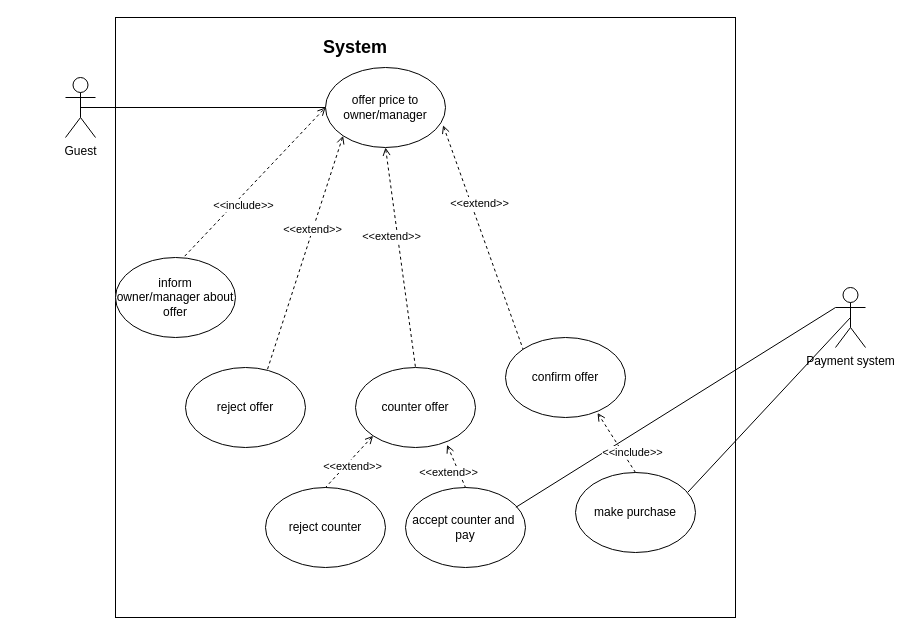
The draw.io diagram page "purchase offer(bargaining)" (3 of 5) of use cases/use case 2.9.drawio in LevyIfta/Team-19B-Project, before the edit. Source tidied: cells renumbered, new cells numbered last; positions are measured from the earlier drawing's top-left corner, leaving out a move shared by most shapes. Both pictures are drawn from the tidied source at 100%, with x=0, y=0 at pixel (65, 17).
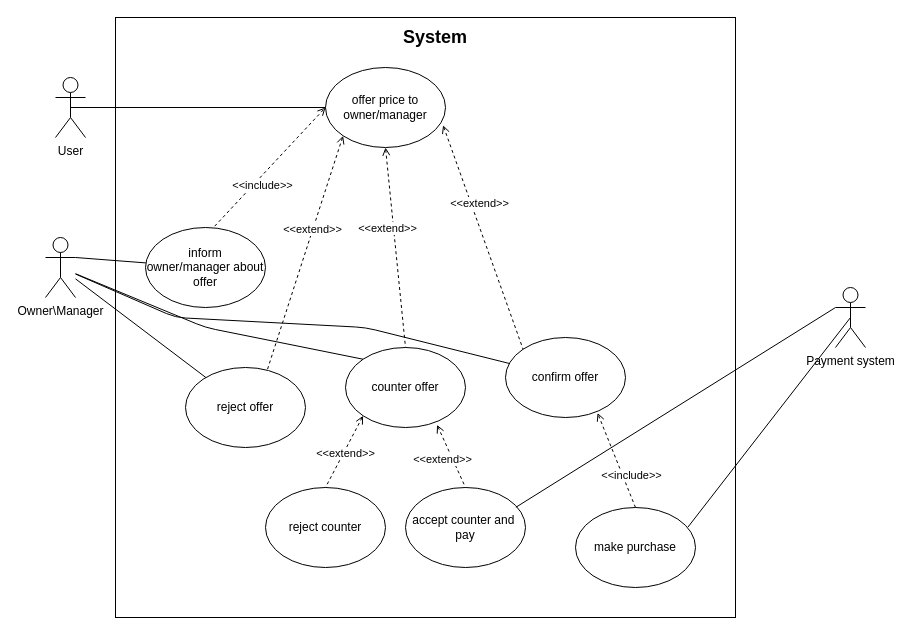
After the change.

The change refers to these unchanged cells:
```xml
<mxCell id="5" value="offer price to owner/manager" style="ellipse;whiteSpace=wrap;html=1;" parent="1" vertex="1">
  <mxGeometry x="260" y="50" width="120" height="80" as="geometry" />
</mxCell>
<mxCell id="8" value="reject offer" style="ellipse;whiteSpace=wrap;html=1;" parent="1" vertex="1">
  <mxGeometry x="120" y="350" width="120" height="80" as="geometry" />
</mxCell>
<mxCell id="9" style="endArrow=none;dashed=1;html=1;strokeWidth=1;exitX=0;exitY=1;exitDx=0;exitDy=0;entryX=0.68;entryY=0.038;entryDx=0;entryDy=0;endFill=0;entryPerimeter=0;startArrow=open;startFill=0;" parent="1" edge="1" source="5" target="8">
  <mxGeometry relative="1" as="geometry" />
</mxCell>
<mxCell id="12" style="endArrow=none;dashed=1;html=1;strokeWidth=1;exitX=0.5;exitY=1;exitDx=0;exitDy=0;entryX=0.5;entryY=0;entryDx=0;entryDy=0;endFill=0;startArrow=open;startFill=0;" parent="1" edge="1" source="5" target="11">
  <mxGeometry relative="1" as="geometry" />
</mxCell>
<mxCell id="15" style="endArrow=open;dashed=1;html=1;strokeWidth=1;exitX=0.577;exitY=-0.017;exitDx=0;exitDy=0;entryX=0;entryY=0.5;entryDx=0;entryDy=0;endFill=0;exitPerimeter=0;" parent="1" edge="1" source="14" target="5">
  <mxGeometry relative="1" as="geometry" />
</mxCell>
<mxCell id="18" style="endArrow=none;dashed=1;html=1;strokeWidth=1;exitX=0;exitY=1;exitDx=0;exitDy=0;entryX=0.5;entryY=0;entryDx=0;entryDy=0;endFill=0;startArrow=open;startFill=0;" parent="1" edge="1" source="11" target="17">
  <mxGeometry relative="1" as="geometry" />
</mxCell>
<mxCell id="21" style="endArrow=none;dashed=1;html=1;strokeWidth=1;exitX=0.763;exitY=0.967;exitDx=0;exitDy=0;entryX=0.5;entryY=0;entryDx=0;entryDy=0;endFill=0;startArrow=open;startFill=0;exitPerimeter=0;" parent="1" edge="1" source="11" target="20">
  <mxGeometry relative="1" as="geometry" />
</mxCell>
<mxCell id="24" value="confirm offer" style="ellipse;whiteSpace=wrap;html=1;" parent="1" vertex="1">
  <mxGeometry x="440" y="320" width="120" height="80" as="geometry" />
</mxCell>
<mxCell id="25" style="endArrow=none;dashed=1;html=1;strokeWidth=1;exitX=0.98;exitY=0.722;exitDx=0;exitDy=0;entryX=0;entryY=0;entryDx=0;entryDy=0;endFill=0;startArrow=open;startFill=0;exitPerimeter=0;" parent="1" edge="1" source="5" target="24">
  <mxGeometry relative="1" as="geometry" />
</mxCell>
<mxCell id="28" style="endArrow=open;dashed=1;html=1;strokeWidth=1;exitX=0.5;exitY=0;exitDx=0;exitDy=0;entryX=0.767;entryY=0.943;entryDx=0;entryDy=0;endFill=0;entryPerimeter=0;" parent="1" edge="1" source="27" target="24">
  <mxGeometry relative="1" as="geometry" />
</mxCell>
```

Change to the diagram source:
```diff
@@
     <mxCell id="3" value="&lt;font style=&quot;font-size: 18px&quot;&gt;&lt;b&gt;System&lt;/b&gt;&lt;/font&gt;" style="text;html=1;strokeColor=none;fillColor=none;align=center;verticalAlign=middle;whiteSpace=wrap;rounded=0;" parent="1" vertex="1">
-      <mxGeometry x="270" y="20" width="40" height="20" as="geometry" />
+      <mxGeometry x="350" y="10" width="40" height="20" as="geometry" />
     </mxCell>
-    <mxCell id="4" value="Guest" style="shape=umlActor;verticalLabelPosition=bottom;verticalAlign=top;html=1;outlineConnect=0;" parent="1" vertex="1">
-      <mxGeometry y="60" width="30" height="60" as="geometry" />
-    </mxCell>
+    <mxCell id="31" value="User" style="shape=umlActor;verticalLabelPosition=bottom;verticalAlign=top;html=1;outlineConnect=0;" parent="1" vertex="1">
+      <mxGeometry x="-10" y="60" width="30" height="60" as="geometry" />
+    </mxCell>
@@
-    <mxCell id="6" style="endArrow=none;html=1;strokeWidth=1;exitX=0.5;exitY=0.5;exitDx=0;exitDy=0;exitPerimeter=0;entryX=0;entryY=0.5;entryDx=0;entryDy=0;" parent="1" edge="1" source="4" target="5">
-      <mxGeometry relative="1" as="geometry" />
-    </mxCell>
+    <mxCell id="32" style="endArrow=none;html=1;strokeWidth=1;exitX=0.5;exitY=0.5;exitDx=0;exitDy=0;exitPerimeter=0;entryX=0;entryY=0.5;entryDx=0;entryDy=0;" parent="1" edge="1" source="31" target="5">
+      <mxGeometry relative="1" as="geometry" />
+    </mxCell>
@@
-    <mxCell id="10" value="&amp;lt;&amp;lt;extend&amp;gt;&amp;gt;" style="edgeLabel;html=1;align=center;verticalAlign=middle;" parent="9" vertex="1">
-      <mxGeometry x="-0.31" relative="1" as="geometry">
-        <mxPoint x="-5.1" y="12.3" as="offset" />
-      </mxGeometry>
-    </mxCell>
+    <mxCell id="33" value="&amp;lt;&amp;lt;extend&amp;gt;&amp;gt;" style="edgeLabel;html=1;align=center;verticalAlign=middle;" parent="9" vertex="1">
+      <mxGeometry x="-0.31" relative="1" as="geometry">
+        <mxPoint x="-5.1" y="12.3" as="offset" />
+      </mxGeometry>
+    </mxCell>
     <mxCell id="11" value="counter offer" style="ellipse;whiteSpace=wrap;html=1;" parent="1" vertex="1">
-      <mxGeometry x="290" y="350" width="120" height="80" as="geometry" />
+      <mxGeometry x="280" y="330" width="120" height="80" as="geometry" />
     </mxCell>
@@
-    <mxCell id="13" value="&amp;lt;&amp;lt;extend&amp;gt;&amp;gt;" style="edgeLabel;html=1;align=center;verticalAlign=middle;" parent="12" vertex="1">
-      <mxGeometry x="-0.31" relative="1" as="geometry">
-        <mxPoint x="-5.1" y="12.3" as="offset" />
-      </mxGeometry>
-    </mxCell>
+    <mxCell id="34" value="&amp;lt;&amp;lt;extend&amp;gt;&amp;gt;" style="edgeLabel;html=1;align=center;verticalAlign=middle;" parent="12" vertex="1">
+      <mxGeometry x="-0.31" relative="1" as="geometry">
+        <mxPoint x="-5.1" y="12.3" as="offset" />
+      </mxGeometry>
+    </mxCell>
     <mxCell id="14" value="inform owner/manager about offer" style="ellipse;whiteSpace=wrap;html=1;" parent="1" vertex="1">
-      <mxGeometry x="50" y="240" width="120" height="80" as="geometry" />
+      <mxGeometry x="80" y="210" width="120" height="80" as="geometry" />
     </mxCell>
@@
-    <mxCell id="16" value="&amp;lt;&amp;lt;include&amp;gt;&amp;gt;" style="edgeLabel;html=1;align=center;verticalAlign=middle;" parent="15" vertex="1">
-      <mxGeometry x="-0.31" relative="1" as="geometry">
-        <mxPoint x="9" as="offset" />
-      </mxGeometry>
-    </mxCell>
+    <mxCell id="35" value="&amp;lt;&amp;lt;include&amp;gt;&amp;gt;" style="edgeLabel;html=1;align=center;verticalAlign=middle;" parent="15" vertex="1">
+      <mxGeometry x="-0.31" relative="1" as="geometry">
+        <mxPoint x="9" as="offset" />
+      </mxGeometry>
+    </mxCell>
@@
-    <mxCell id="19" value="&amp;lt;&amp;lt;extend&amp;gt;&amp;gt;" style="edgeLabel;html=1;align=center;verticalAlign=middle;" parent="18" vertex="1">
-      <mxGeometry x="-0.31" relative="1" as="geometry">
-        <mxPoint x="-5.1" y="12.3" as="offset" />
-      </mxGeometry>
-    </mxCell>
+    <mxCell id="36" value="&amp;lt;&amp;lt;extend&amp;gt;&amp;gt;" style="edgeLabel;html=1;align=center;verticalAlign=middle;" parent="18" vertex="1">
+      <mxGeometry x="-0.31" relative="1" as="geometry">
+        <mxPoint x="-5.1" y="12.3" as="offset" />
+      </mxGeometry>
+    </mxCell>
@@
-    <mxCell id="22" value="&amp;lt;&amp;lt;extend&amp;gt;&amp;gt;" style="edgeLabel;html=1;align=center;verticalAlign=middle;" parent="21" vertex="1">
-      <mxGeometry x="-0.31" relative="1" as="geometry">
-        <mxPoint x="-5.1" y="12.3" as="offset" />
-      </mxGeometry>
-    </mxCell>
+    <mxCell id="37" value="&amp;lt;&amp;lt;extend&amp;gt;&amp;gt;" style="edgeLabel;html=1;align=center;verticalAlign=middle;" parent="21" vertex="1">
+      <mxGeometry x="-0.31" relative="1" as="geometry">
+        <mxPoint x="-5.1" y="12.3" as="offset" />
+      </mxGeometry>
+    </mxCell>
@@
-    <mxCell id="26" value="&amp;lt;&amp;lt;extend&amp;gt;&amp;gt;" style="edgeLabel;html=1;align=center;verticalAlign=middle;" parent="25" vertex="1">
-      <mxGeometry x="-0.31" relative="1" as="geometry">
-        <mxPoint x="8.7" y="0.6" as="offset" />
-      </mxGeometry>
-    </mxCell>
+    <mxCell id="38" value="&amp;lt;&amp;lt;extend&amp;gt;&amp;gt;" style="edgeLabel;html=1;align=center;verticalAlign=middle;" parent="25" vertex="1">
+      <mxGeometry x="-0.31" relative="1" as="geometry">
+        <mxPoint x="8.7" y="0.6" as="offset" />
+      </mxGeometry>
+    </mxCell>
     <mxCell id="27" value="make purchase" style="ellipse;whiteSpace=wrap;html=1;" parent="1" vertex="1">
-      <mxGeometry x="510" y="455" width="120" height="80" as="geometry" />
+      <mxGeometry x="510" y="490" width="120" height="80" as="geometry" />
     </mxCell>
@@
-    <mxCell id="29" value="&amp;lt;&amp;lt;include&amp;gt;&amp;gt;" style="edgeLabel;html=1;align=center;verticalAlign=middle;" parent="28" vertex="1">
-      <mxGeometry x="-0.31" relative="1" as="geometry">
-        <mxPoint x="9" as="offset" />
-      </mxGeometry>
-    </mxCell>
+    <mxCell id="39" value="&amp;lt;&amp;lt;include&amp;gt;&amp;gt;" style="edgeLabel;html=1;align=center;verticalAlign=middle;" parent="28" vertex="1">
+      <mxGeometry x="-0.31" relative="1" as="geometry">
+        <mxPoint x="9" as="offset" />
+      </mxGeometry>
+    </mxCell>
@@
+    <mxCell id="40" value="Owner\Manager" style="shape=umlActor;verticalLabelPosition=bottom;verticalAlign=top;html=1;outlineConnect=0;" parent="1" vertex="1">
+      <mxGeometry x="-20" y="220" width="30" height="60" as="geometry" />
+    </mxCell>
+    <mxCell id="41" style="endArrow=none;html=1;" parent="1" edge="1" source="40" target="8">
+      <mxGeometry relative="1" as="geometry" />
+    </mxCell>
+    <mxCell id="42" style="endArrow=none;html=1;exitX=1;exitY=0.3333333333333333;exitDx=0;exitDy=0;exitPerimeter=0;" parent="1" edge="1" source="40" target="14">
+      <mxGeometry relative="1" as="geometry" />
+    </mxCell>
+    <mxCell id="43" style="endArrow=none;html=1;" parent="1" edge="1" source="40" target="24">
+      <mxGeometry relative="1" as="geometry">
+        <Array as="points">
+          <mxPoint x="110" y="300" />
+          <mxPoint x="300" y="310" />
+        </Array>
+      </mxGeometry>
+    </mxCell>
+    <mxCell id="44" style="endArrow=none;html=1;entryX=0;entryY=0;entryDx=0;entryDy=0;" parent="1" edge="1" source="40" target="11">
+      <mxGeometry relative="1" as="geometry">
+        <Array as="points">
+          <mxPoint x="140" y="310" />
+        </Array>
+      </mxGeometry>
+    </mxCell>
```
